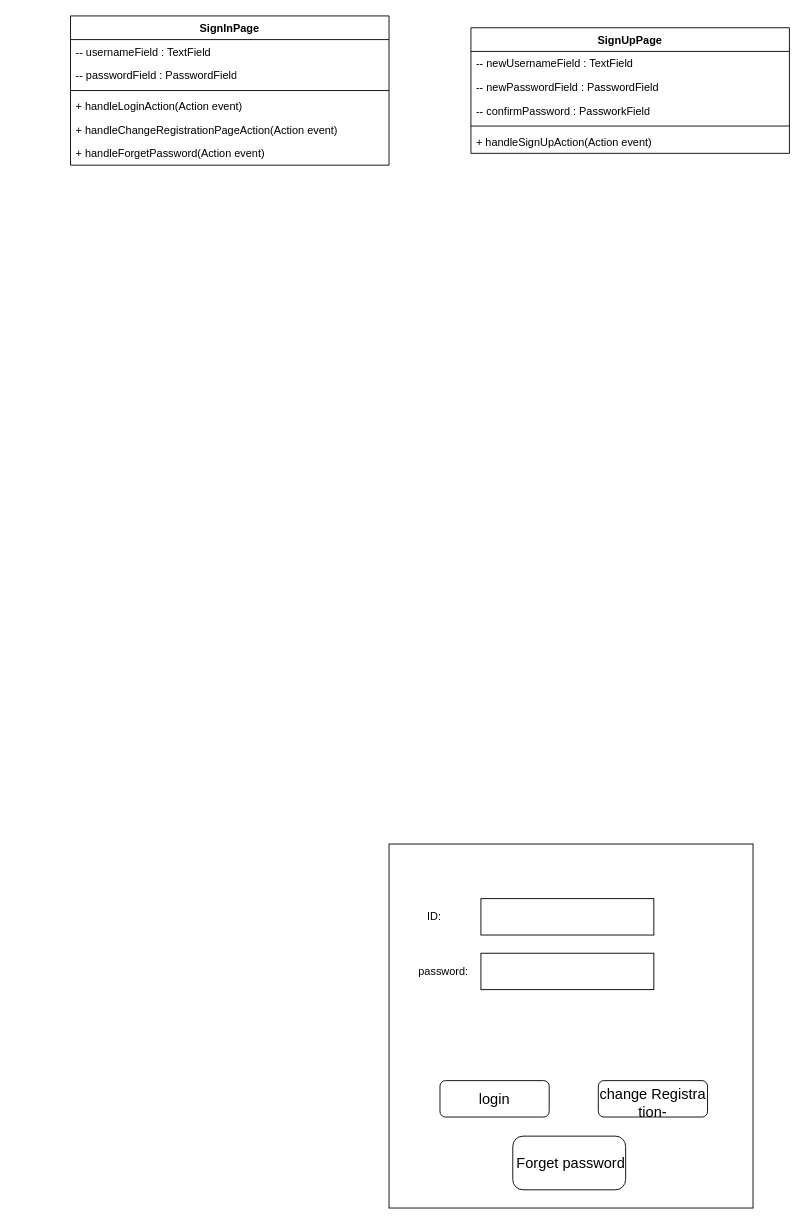
Above: demo/documents/analysises/bussness process/V2.0/UI.drawio in cyang2001/projectJava (draw.io), before the change. Source tidied: cells renumbered, new cells numbered last; positions are measured from the earlier drawing's top-left corner, leaving out a move shared by most shapes. Both pictures are drawn from the tidied source at 91%, with x=0, y=0 at pixel (70, 15).
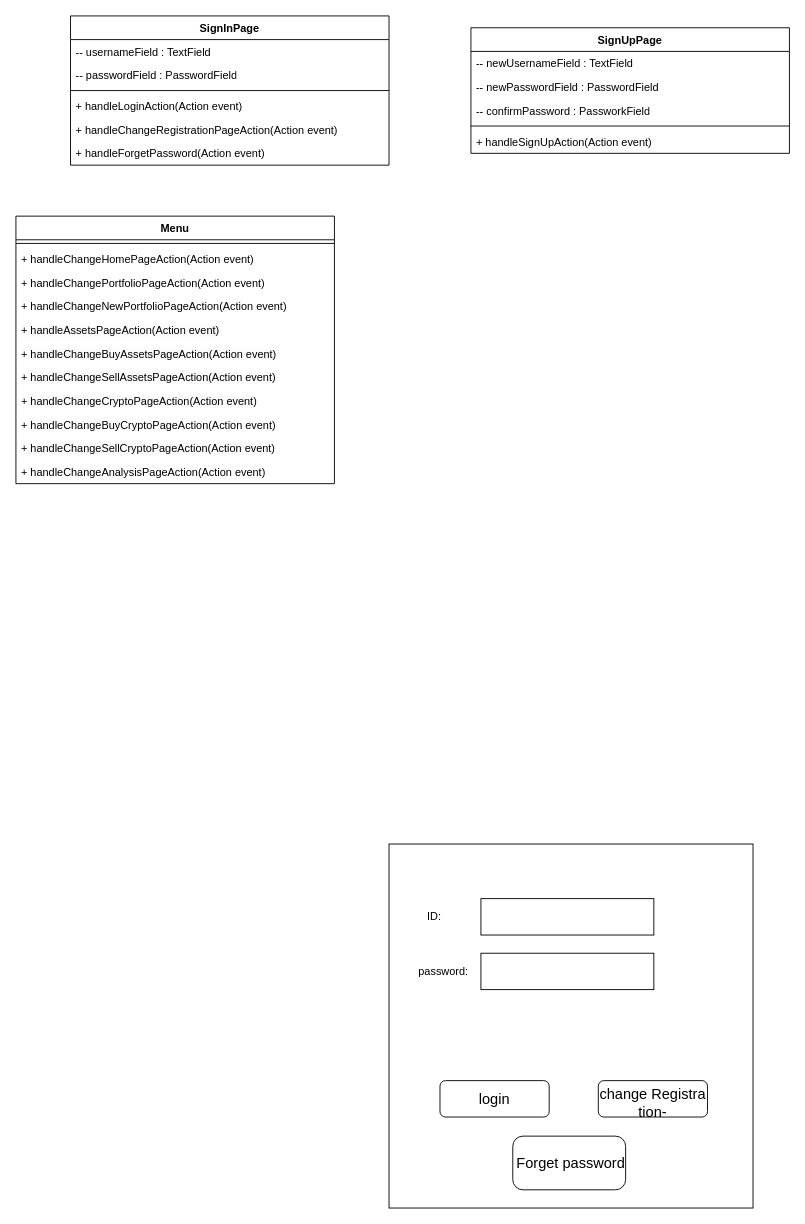
The same page after the edit.

What changed in the source:
```diff
@@
+    <mxCell id="27" value="Menu" style="swimlane;fontStyle=1;align=center;verticalAlign=top;horizontal=1;startSize=26;whiteSpace=wrap;html=1;" parent="1" vertex="1">
+      <mxGeometry x="-60" y="220" width="350" height="294" as="geometry" />
+    </mxCell>
+    <mxCell id="28" style="line;strokeWidth=1;fillColor=none;align=left;verticalAlign=middle;spacingTop=-1;spacingLeft=3;spacingRight=3;labelPosition=right;strokeColor=inherit;" parent="27" vertex="1">
+      <mxGeometry y="26" width="350" height="8" as="geometry" />
+    </mxCell>
+    <mxCell id="29" value="+ handleChangeHomePageAction(Action event)" style="text;strokeColor=none;fillColor=none;align=left;verticalAlign=top;spacingLeft=4;spacingRight=4;overflow=hidden;whiteSpace=wrap;html=1;" parent="27" vertex="1">
+      <mxGeometry y="34" width="350" height="26" as="geometry" />
+    </mxCell>
+    <mxCell id="30" value="+ handleChangePortfolioPageAction(Action event)" style="text;strokeColor=none;fillColor=none;align=left;verticalAlign=top;spacingLeft=4;spacingRight=4;overflow=hidden;whiteSpace=wrap;html=1;" parent="27" vertex="1">
+      <mxGeometry y="60" width="350" height="26" as="geometry" />
+    </mxCell>
+    <mxCell id="31" value="+ handleChangeNewPortfolioPageAction(Action event)" style="text;strokeColor=none;fillColor=none;align=left;verticalAlign=top;spacingLeft=4;spacingRight=4;overflow=hidden;whiteSpace=wrap;html=1;" parent="27" vertex="1">
+      <mxGeometry y="86" width="350" height="26" as="geometry" />
+    </mxCell>
+    <mxCell id="32" value="&lt;span style=&quot;color: rgb(0, 0, 0); font-family: Helvetica; font-size: 12px; font-style: normal; font-variant-ligatures: normal; font-variant-caps: normal; font-weight: 400; letter-spacing: normal; orphans: 2; text-align: left; text-indent: 0px; text-transform: none; widows: 2; word-spacing: 0px; -webkit-text-stroke-width: 0px; background-color: rgb(251, 251, 251); text-decoration-thickness: initial; text-decoration-style: initial; text-decoration-color: initial; float: none; display: inline !important;&quot;&gt;+ handleAssetsPageAction(Action event)&lt;/span&gt;&lt;br&gt;" style="text;strokeColor=none;fillColor=none;align=left;verticalAlign=top;spacingLeft=4;spacingRight=4;overflow=hidden;whiteSpace=wrap;html=1;" parent="27" vertex="1">
+      <mxGeometry y="112" width="350" height="26" as="geometry" />
+    </mxCell>
+    <mxCell id="33" value="&lt;span style=&quot;color: rgb(0, 0, 0); font-family: Helvetica; font-size: 12px; font-style: normal; font-variant-ligatures: normal; font-variant-caps: normal; font-weight: 400; letter-spacing: normal; orphans: 2; text-align: left; text-indent: 0px; text-transform: none; widows: 2; word-spacing: 0px; -webkit-text-stroke-width: 0px; background-color: rgb(251, 251, 251); text-decoration-thickness: initial; text-decoration-style: initial; text-decoration-color: initial; float: none; display: inline !important;&quot;&gt;+ handleChangeBuyAssetsPageAction(Action event)&lt;/span&gt;" style="text;strokeColor=none;fillColor=none;align=left;verticalAlign=top;spacingLeft=4;spacingRight=4;overflow=hidden;whiteSpace=wrap;html=1;" parent="27" vertex="1">
+      <mxGeometry y="138" width="350" height="26" as="geometry" />
+    </mxCell>
+    <mxCell id="34" value="&lt;span style=&quot;color: rgb(0, 0, 0); font-family: Helvetica; font-size: 12px; font-style: normal; font-variant-ligatures: normal; font-variant-caps: normal; font-weight: 400; letter-spacing: normal; orphans: 2; text-align: left; text-indent: 0px; text-transform: none; widows: 2; word-spacing: 0px; -webkit-text-stroke-width: 0px; background-color: rgb(251, 251, 251); text-decoration-thickness: initial; text-decoration-style: initial; text-decoration-color: initial; float: none; display: inline !important;&quot;&gt;+ handleChangeSellAssetsPageAction(Action event)&lt;/span&gt;" style="text;strokeColor=none;fillColor=none;align=left;verticalAlign=top;spacingLeft=4;spacingRight=4;overflow=hidden;whiteSpace=wrap;html=1;" parent="27" vertex="1">
+      <mxGeometry y="164" width="350" height="26" as="geometry" />
+    </mxCell>
+    <mxCell id="35" value="&lt;span style=&quot;color: rgb(0, 0, 0); font-family: Helvetica; font-size: 12px; font-style: normal; font-variant-ligatures: normal; font-variant-caps: normal; font-weight: 400; letter-spacing: normal; orphans: 2; text-align: left; text-indent: 0px; text-transform: none; widows: 2; word-spacing: 0px; -webkit-text-stroke-width: 0px; background-color: rgb(251, 251, 251); text-decoration-thickness: initial; text-decoration-style: initial; text-decoration-color: initial; float: none; display: inline !important;&quot;&gt;+ handleChangeCryptoPageAction(Action event)&lt;/span&gt;" style="text;strokeColor=none;fillColor=none;align=left;verticalAlign=top;spacingLeft=4;spacingRight=4;overflow=hidden;whiteSpace=wrap;html=1;" parent="27" vertex="1">
+      <mxGeometry y="190" width="350" height="26" as="geometry" />
+    </mxCell>
+    <mxCell id="36" value="+ handleChangeBuyCryptoPageAction(Action event)" style="text;strokeColor=none;fillColor=none;align=left;verticalAlign=top;spacingLeft=4;spacingRight=4;overflow=hidden;whiteSpace=wrap;html=1;" parent="27" vertex="1">
+      <mxGeometry y="216" width="350" height="26" as="geometry" />
+    </mxCell>
+    <mxCell id="37" value="&lt;span style=&quot;color: rgb(0, 0, 0); font-family: Helvetica; font-size: 12px; font-style: normal; font-variant-ligatures: normal; font-variant-caps: normal; font-weight: 400; letter-spacing: normal; orphans: 2; text-align: left; text-indent: 0px; text-transform: none; widows: 2; word-spacing: 0px; -webkit-text-stroke-width: 0px; background-color: rgb(251, 251, 251); text-decoration-thickness: initial; text-decoration-style: initial; text-decoration-color: initial; float: none; display: inline !important;&quot;&gt;+ handleChangeSellCryptoPageAction(Action event)&lt;/span&gt;" style="text;strokeColor=none;fillColor=none;align=left;verticalAlign=top;spacingLeft=4;spacingRight=4;overflow=hidden;whiteSpace=wrap;html=1;" parent="27" vertex="1">
+      <mxGeometry y="242" width="350" height="26" as="geometry" />
+    </mxCell>
+    <mxCell id="38" value="+ handleChangeAnalysisPageAction(Action event)" style="text;strokeColor=none;fillColor=none;align=left;verticalAlign=top;spacingLeft=4;spacingRight=4;overflow=hidden;whiteSpace=wrap;html=1;" parent="27" vertex="1">
+      <mxGeometry y="268" width="350" height="26" as="geometry" />
+    </mxCell>
```
